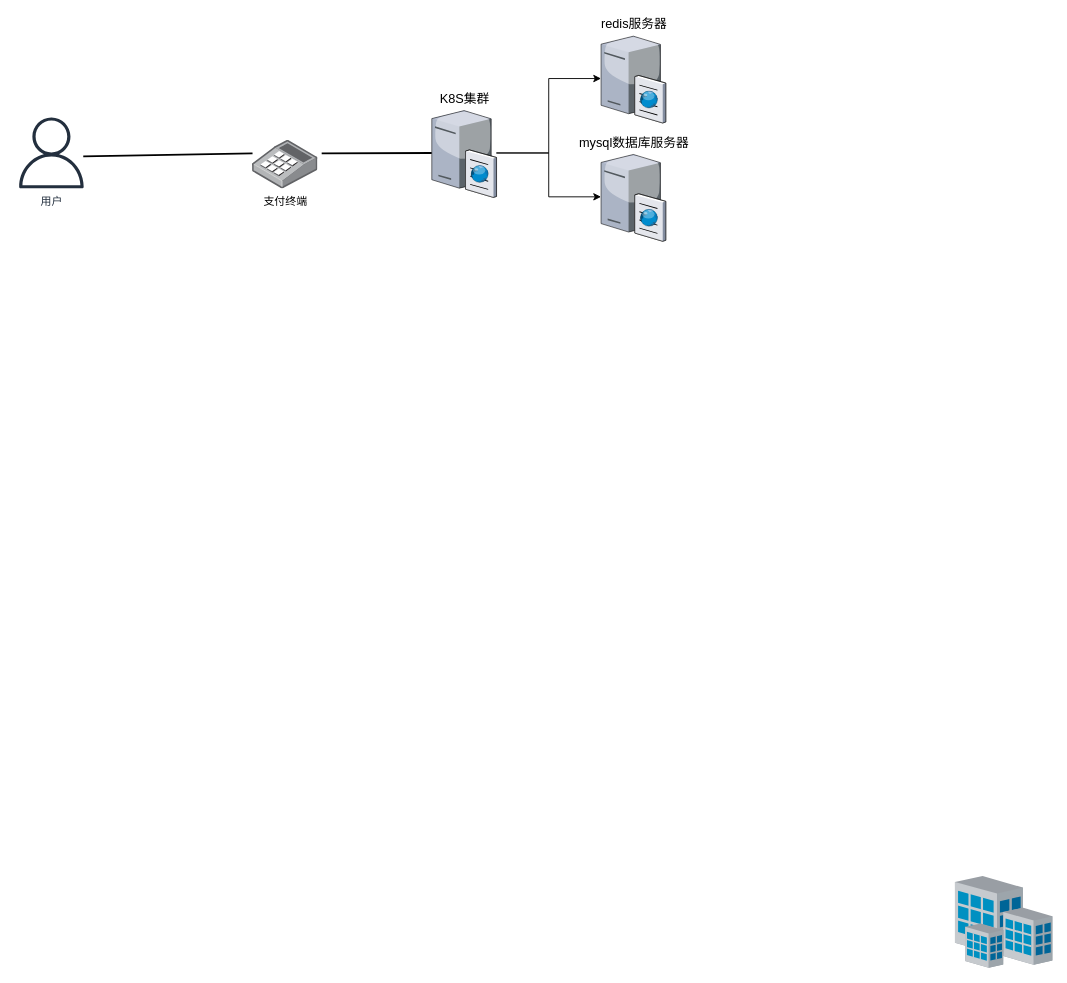
wdnb/UML keeps this draw.io diagram as 部署图.drawio. Above is the earlier version. Source tidied: cells renumbered, new cells numbered last; positions are measured from the earlier drawing's top-left corner, leaving out a move shared by most shapes. Both pictures are drawn from the tidied source at 91%, with x=0, y=0 at pixel (15, 34).
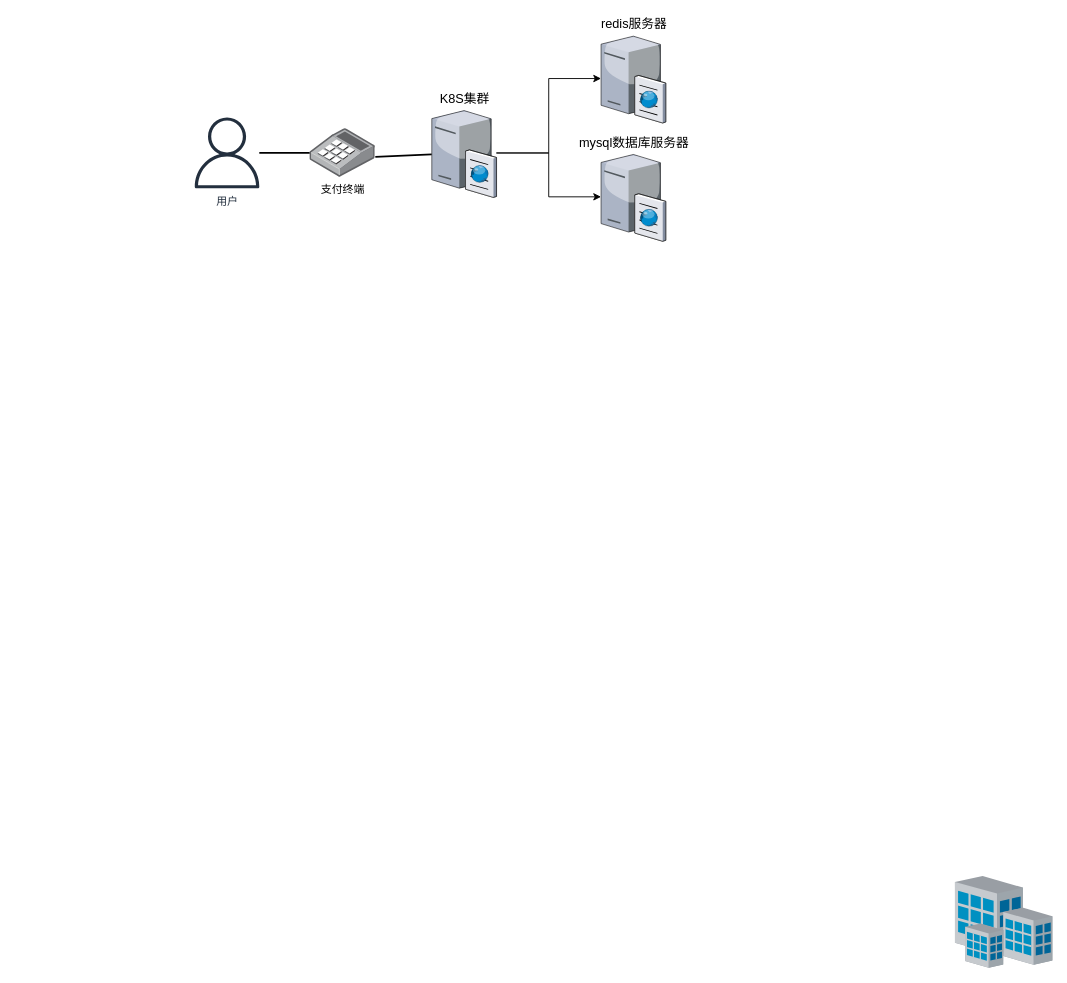
Above is the later version.

Commit message (it also covers changes not shown here):
更新部署图.drawio

The edit, as a diff of the source:
```diff
@@
 <mxGraphModel>
   <root>
     <mxCell id="0" />
     <mxCell id="1" parent="0" />
-    <mxCell id="2" style="edgeStyle=none;rounded=0;html=1;startSize=10;endSize=10;jettySize=auto;orthogonalLoop=1;fontSize=14;endArrow=none;endFill=0;strokeWidth=2;" parent="1" edge="1">
-      <mxGeometry relative="1" as="geometry">
-        <mxPoint x="74" y="134.3" as="sourcePoint" />
-        <mxPoint x="260" y="131.1" as="targetPoint" />
-      </mxGeometry>
+    <mxCell id="2" style="edgeStyle=none;rounded=0;html=1;startSize=10;endSize=10;jettySize=auto;fontSize=14;endArrow=none;endFill=0;strokeWidth=2;" parent="1" edge="1" source="8" target="9">
+      <mxGeometry relative="1" as="geometry" />
     </mxCell>
-    <mxCell id="3" style="edgeStyle=none;rounded=0;html=1;startSize=10;endSize=10;jettySize=auto;fontSize=14;endArrow=none;endFill=0;strokeWidth=2;" parent="1" edge="1" target="6">
-      <mxGeometry relative="1" as="geometry">
-        <mxPoint x="336" y="131.1" as="sourcePoint" />
-      </mxGeometry>
+    <mxCell id="3" style="edgeStyle=none;rounded=0;html=1;startSize=10;endSize=10;jettySize=auto;fontSize=14;endArrow=none;endFill=0;strokeWidth=2;exitX=1.002;exitY=0.582;exitDx=0;exitDy=0;exitPerimeter=0;" parent="1" edge="1" source="9" target="6">
+      <mxGeometry relative="1" as="geometry" />
     </mxCell>
     <mxCell id="4" style="edgeStyle=orthogonalEdgeStyle;rounded=0;jettySize=auto;html=1;" parent="1" edge="1" source="6" target="11">
       <mxGeometry relative="1" as="geometry" />
     </mxCell>
     <mxCell id="5" style="edgeStyle=orthogonalEdgeStyle;rounded=0;jettySize=auto;html=1;" parent="1" edge="1" source="6" target="10">
       <mxGeometry relative="1" as="geometry" />
     </mxCell>
     <mxCell id="6" value="K8S集群" style="verticalLabelPosition=top;html=1;verticalAlign=bottom;strokeColor=none;shape=mxgraph.citrix.cache_server;fillColor=#66B2FF;gradientColor=#0066CC;fontSize=14;labelPosition=center;align=center;" parent="1" vertex="1">
       <mxGeometry x="457" y="81.8" width="71" height="97.5" as="geometry" />
     </mxCell>
     <mxCell id="7" style="verticalLabelPosition=bottom;html=1;verticalAlign=top;strokeColor=none;shape=mxgraph.citrix.site;fillColor=#66B2FF;gradientColor=#0066CC;fontSize=14;" parent="1" vertex="1">
       <mxGeometry x="1032" y="925" width="107" height="101" as="geometry" />
     </mxCell>
-    <mxCell id="8" value="用户" style="outlineConnect=0;fontColor=#232F3E;gradientColor=none;fillColor=#232F3E;strokeColor=none;dashed=0;verticalLabelPosition=bottom;verticalAlign=top;align=center;html=1;fontSize=12;fontStyle=0;shape=mxgraph.aws4.user;" parent="1" vertex="1">
-      <mxGeometry y="91.5" width="78" height="78" as="geometry" />
-    </mxCell>
     <mxCell id="9" value="支付终端" style="points=[];html=1;align=center;shadow=0;dashed=0;image;image=img/lib/allied_telesis/computer_and_terminals/POS_keypad.svg;" parent="1" vertex="1">
-      <mxGeometry x="260" y="116.7" width="71.8" height="53.3" as="geometry" />
+      <mxGeometry x="323" y="103.8" width="71.8" height="53.3" as="geometry" />
     </mxCell>
     <mxCell id="10" value="mysql数据库服务器" style="verticalLabelPosition=top;html=1;verticalAlign=bottom;strokeColor=none;shape=mxgraph.citrix.cache_server;fillColor=#66B2FF;gradientColor=#0066CC;fontSize=14;labelPosition=center;align=center;" parent="1" vertex="1">
       <mxGeometry x="643" y="130" width="71" height="97.5" as="geometry" />
     </mxCell>
     <mxCell id="11" value="redis服务器" style="verticalLabelPosition=top;html=1;verticalAlign=bottom;strokeColor=none;shape=mxgraph.citrix.cache_server;fillColor=#66B2FF;gradientColor=#0066CC;fontSize=14;labelPosition=center;align=center;" parent="1" vertex="1">
       <mxGeometry x="643" width="71" height="97.5" as="geometry" />
     </mxCell>
+    <mxCell id="8" value="用户" style="outlineConnect=0;fontColor=#232F3E;gradientColor=none;fillColor=#232F3E;strokeColor=none;dashed=0;verticalLabelPosition=bottom;verticalAlign=top;align=center;html=1;fontSize=12;fontStyle=0;shape=mxgraph.aws4.user;" parent="1" vertex="1">
+      <mxGeometry x="193" y="91.5" width="78" height="78" as="geometry" />
+    </mxCell>
   </root>
 </mxGraphModel>
```
